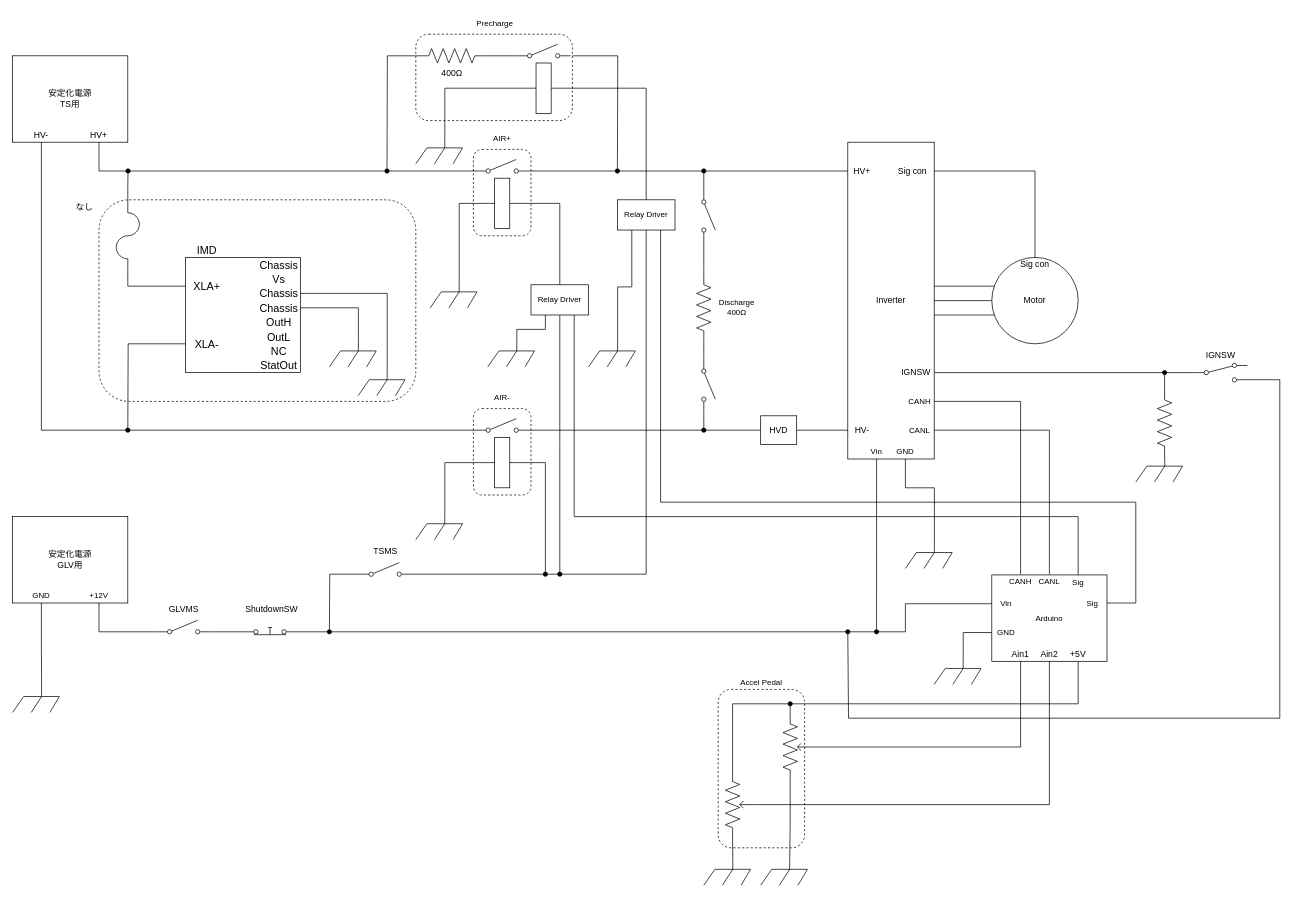
ST04-tkmr/drawio_Schematics keeps this draw.io diagram as page "InverterTestCircuit" (6 of 6) of EVCircuit.drawio. Above is the earlier version. Source tidied: cells renumbered, new cells numbered last; positions are measured from the earlier drawing's top-left corner, leaving out a move shared by most shapes. Both pictures are drawn from the tidied source at 72%, with x=0, y=0 at pixel (12, 12).
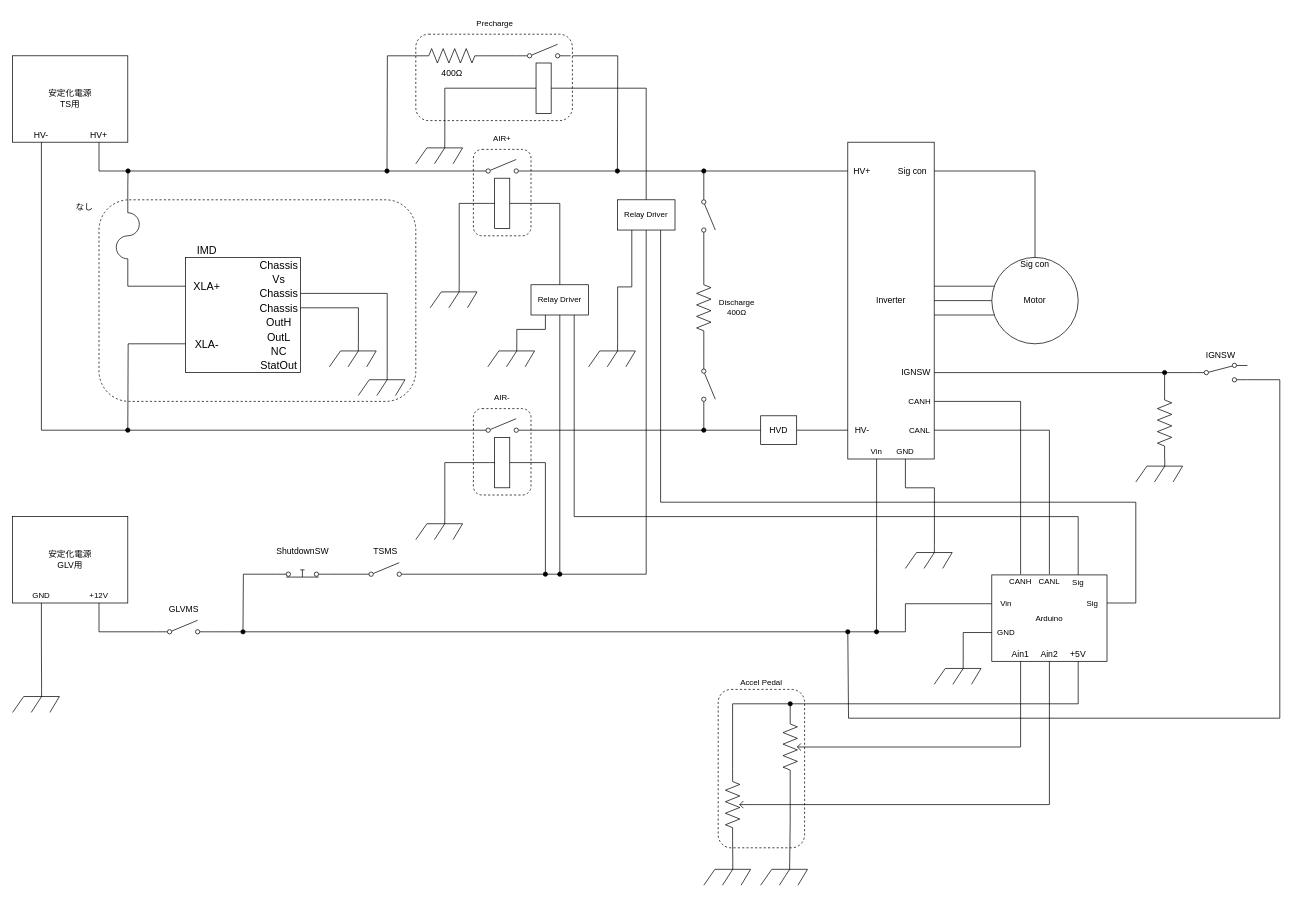
Above is the later version.

Unchanged cells that the change refers to:
```xml
<mxCell id="67" style="html=1;shape=mxgraph.electrical.electro-mechanical.singleSwitch;elSwitchState=off;" parent="1" vertex="1">
  <mxGeometry x="200" y="844" width="75" height="20" as="geometry" />
</mxCell>
<mxCell id="70" style="html=1;shape=mxgraph.electrical.electro-mechanical.singleSwitch;elSwitchState=off;" parent="1" vertex="1">
  <mxGeometry x="480" y="764" width="75" height="20" as="geometry" />
</mxCell>
<mxCell id="94" value="Vin" style="text;strokeColor=none;align=center;fillColor=none;html=1;verticalAlign=middle;whiteSpace=wrap;rounded=0;fontSize=11;fontFamily=Helvetica;fontColor=default;" parent="1" vertex="1">
  <mxGeometry x="1360" y="811" width="40" height="20" as="geometry" />
</mxCell>
```

Change to the diagram source:
```diff
@@
-    <mxCell id="64" style="edgeStyle=orthogonalEdgeStyle;shape=connector;rounded=0;jettySize=auto;html=1;exitX=1;exitY=0.8;exitDx=0;exitDy=0;entryX=0;entryY=0.5;entryDx=0;entryDy=0;labelBackgroundColor=default;strokeColor=default;fontFamily=Helvetica;fontSize=11;fontColor=default;endArrow=none;endFill=0;" parent="1" edge="1" source="65" target="94">
+    <mxCell id="64" style="edgeStyle=orthogonalEdgeStyle;shape=connector;rounded=0;jettySize=auto;html=1;entryX=0;entryY=0.5;entryDx=0;entryDy=0;labelBackgroundColor=default;strokeColor=default;fontFamily=Helvetica;fontSize=11;fontColor=default;endArrow=none;endFill=0;" parent="1" edge="1" target="94">
       <mxGeometry relative="1" as="geometry">
+        <mxPoint x="320" y="860" as="sourcePoint" />
         <Array as="points">
           <mxPoint x="1240" y="860" />
           <mxPoint x="1240" y="821" />
         </Array>
       </mxGeometry>
     </mxCell>
+    <mxCell id="147" style="edgeStyle=orthogonalEdgeStyle;rounded=0;jettySize=auto;html=1;exitX=1;exitY=0.8;exitDx=0;exitDy=0;entryX=0;entryY=0.8;entryDx=0;entryDy=0;endArrow=none;endFill=0;" parent="1" edge="1" source="65" target="70">
+      <mxGeometry relative="1" as="geometry" />
+    </mxCell>
+    <mxCell id="148" style="edgeStyle=orthogonalEdgeStyle;rounded=0;jettySize=auto;html=1;exitX=0;exitY=0.8;exitDx=0;exitDy=0;endArrow=oval;endFill=1;" parent="1" edge="1" source="65">
+      <mxGeometry relative="1" as="geometry">
+        <mxPoint x="320" y="860" as="targetPoint" />
+      </mxGeometry>
+    </mxCell>
     <mxCell id="65" style="html=1;shape=mxgraph.electrical.electro-mechanical.pushbutton;elSwitchState=on;" parent="1" vertex="1">
-      <mxGeometry x="320" y="844" width="75" height="20" as="geometry" />
+      <mxGeometry x="365" y="764" width="75" height="20" as="geometry" />
     </mxCell>
-    <mxCell id="66" style="edgeStyle=orthogonalEdgeStyle;rounded=0;jettySize=auto;html=1;exitX=1;exitY=0.8;exitDx=0;exitDy=0;entryX=0;entryY=0.8;entryDx=0;entryDy=0;endArrow=none;endFill=0;" parent="1" edge="1" source="67" target="65">
-      <mxGeometry relative="1" as="geometry" />
+    <mxCell id="66" style="edgeStyle=orthogonalEdgeStyle;rounded=0;jettySize=auto;html=1;exitX=1;exitY=0.8;exitDx=0;exitDy=0;endArrow=none;endFill=0;" parent="1" edge="1" source="67">
+      <mxGeometry relative="1" as="geometry">
+        <mxPoint x="320" y="860" as="targetPoint" />
+      </mxGeometry>
     </mxCell>
@@
-    <mxCell id="68" style="edgeStyle=orthogonalEdgeStyle;rounded=0;jettySize=auto;html=1;exitX=0;exitY=0.8;exitDx=0;exitDy=0;endArrow=oval;endFill=1;" parent="1" edge="1" source="70">
-      <mxGeometry relative="1" as="geometry">
-        <mxPoint x="440" y="860" as="targetPoint" />
-      </mxGeometry>
-    </mxCell>
@@
     <mxCell id="79" value="ShutdownSW" style="text;strokeColor=none;align=center;fillColor=none;html=1;verticalAlign=middle;whiteSpace=wrap;rounded=0;" parent="1" vertex="1">
-      <mxGeometry x="320" y="814" width="80" height="30" as="geometry" />
+      <mxGeometry x="362.5" y="734" width="80" height="30" as="geometry" />
     </mxCell>
```
